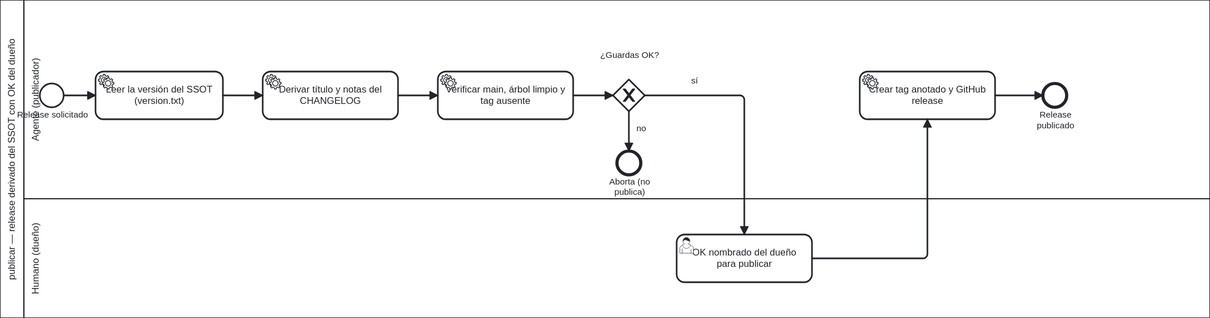
Before: docs/atlas/render/80-publicar-release-as-is.svg, a diagram exported from BPMN (ArmandoMedina/jidoka). Its source is kept beside it as docs/atlas/80-release/80-publicar-release-as-is.bpmn. Ids are renumbered.
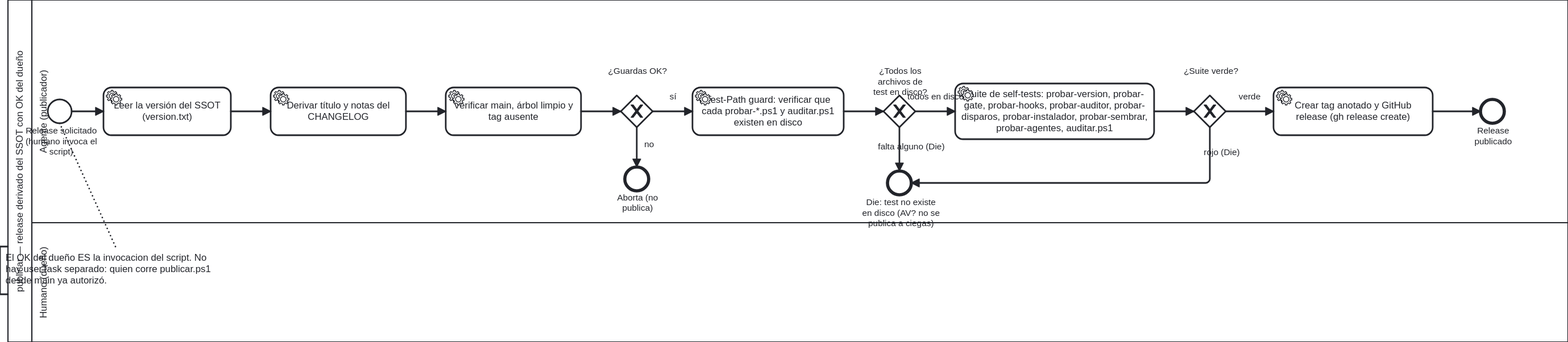
After the change.

Diff of the diagram source:
```diff
@@ -2,8 +2,8 @@
   <bpmn:collaboration id="Collab_Publicar">
     <bpmn:participant id="Pool_Publicar" name="publicar — release derivado del SSOT con OK del dueño" processRef="Process_PublicarRelease"/>
   </bpmn:collaboration>
-  <bpmn:process id="Process_PublicarRelease" name="publicar el release: derivar del SSOT, guardas y OK del dueño" isExecutable="false">
-    <bpmn:documentation>Fuente: tools/publicar.ps1. Carriles: el Agente deriva y corta el release; el push a GitHub espera el OK nombrado del Humano.</bpmn:documentation>
+  <bpmn:process id="Process_PublicarRelease" name="publicar el release: derivar del SSOT, suite de tests, guardas y OK del dueño" isExecutable="false">
+    <bpmn:documentation>Fuente: tools/publicar.ps1. Secciones: 1-leer version SSOT, 2-derivar notas, 3-guardas, 4-suite de self-tests (probar-* + auditar.ps1 con Test-Path guard), 5-crear release. El OK del humano es la invocacion del script, no un paso separado en la secuencia.</bpmn:documentation>
     <bpmn:laneSet id="LaneSet_Publicar">
       <bpmn:lane id="Lane_Agente" name="Agente (publicador)">
         <bpmn:flowNodeRef>Start</bpmn:flowNodeRef>
@@ -11,15 +11,20 @@
         <bpmn:flowNodeRef>T_Notas</bpmn:flowNodeRef>
         <bpmn:flowNodeRef>T_Guardas</bpmn:flowNodeRef>
         <bpmn:flowNodeRef>Gw_Guardas</bpmn:flowNodeRef>
+        <bpmn:flowNodeRef>T_TestPath</bpmn:flowNodeRef>
+        <bpmn:flowNodeRef>Gw_TestPath</bpmn:flowNodeRef>
+        <bpmn:flowNodeRef>T_Suite</bpmn:flowNodeRef>
+        <bpmn:flowNodeRef>Gw_Suite</bpmn:flowNodeRef>
         <bpmn:flowNodeRef>T_Release</bpmn:flowNodeRef>
         <bpmn:flowNodeRef>End</bpmn:flowNodeRef>
         <bpmn:flowNodeRef>End_Abort</bpmn:flowNodeRef>
+        <bpmn:flowNodeRef>End_Die</bpmn:flowNodeRef>
       </bpmn:lane>
       <bpmn:lane id="Lane_Humano" name="Humano (dueño)">
-        <bpmn:flowNodeRef>U_Confirmar</bpmn:flowNodeRef>
+        <bpmn:flowNodeRef>Ann_OkHumano</bpmn:flowNodeRef>
       </bpmn:lane>
     </bpmn:laneSet>
-    <bpmn:startEvent id="Start" name="Release solicitado">
+    <bpmn:startEvent id="Start" name="Release solicitado (humano invoca el script)">
       <bpmn:outgoing>f1</bpmn:outgoing>
     </bpmn:startEvent>
     <bpmn:serviceTask id="T_LeerVersion" name="Leer la versión del SSOT (version.txt)">
@@ -42,101 +47,171 @@
     <bpmn:endEvent id="End_Abort" name="Aborta (no publica)">
       <bpmn:incoming>f_no</bpmn:incoming>
     </bpmn:endEvent>
-    <bpmn:userTask id="U_Confirmar" name="OK nombrado del dueño para publicar">
+    <bpmn:serviceTask id="T_TestPath" name="Test-Path guard: verificar que cada probar-*.ps1 y auditar.ps1 existen en disco">
+      <bpmn:documentation>Guarda ADR 0032 / issue #78: si el archivo del test no existe (AV quarantine, falta) Die inmediato. El juez que no midio no aprueba. LASTEXITCODE se resetea a 0 antes de cada test.</bpmn:documentation>
       <bpmn:incoming>f_si</bpmn:incoming>
-      <bpmn:outgoing>f_conf_rel</bpmn:outgoing>
-    </bpmn:userTask>
-    <bpmn:serviceTask id="T_Release" name="Crear tag anotado y GitHub release">
-      <bpmn:incoming>f_conf_rel</bpmn:incoming>
+      <bpmn:outgoing>f5</bpmn:outgoing>
+    </bpmn:serviceTask>
+    <bpmn:exclusiveGateway id="Gw_TestPath" name="¿Todos los archivos de test en disco?">
+      <bpmn:incoming>f5</bpmn:incoming>
+      <bpmn:outgoing>f_tp_no</bpmn:outgoing>
+      <bpmn:outgoing>f_tp_si</bpmn:outgoing>
+    </bpmn:exclusiveGateway>
+    <bpmn:endEvent id="End_Die" name="Die: test no existe en disco (AV? no se publica a ciegas)">
+      <bpmn:incoming>f_tp_no</bpmn:incoming>
+      <bpmn:incoming>f_suite_no</bpmn:incoming>
+    </bpmn:endEvent>
+    <bpmn:serviceTask id="T_Suite" name="Suite de self-tests: probar-version, probar-gate, probar-hooks, probar-auditor, probar-disparos, probar-instalador, probar-sembrar, probar-agentes, auditar.ps1">
+      <bpmn:documentation>Seccion 4 de publicar.ps1. Cada test corre con ErrorActionPreference=Continue; LASTEXITCODE != 0 llama Die. Todos deben estar en disco (verificado por T_TestPath).</bpmn:documentation>
+      <bpmn:incoming>f_tp_si</bpmn:incoming>
+      <bpmn:outgoing>f6</bpmn:outgoing>
+    </bpmn:serviceTask>
+    <bpmn:exclusiveGateway id="Gw_Suite" name="¿Suite verde?">
+      <bpmn:incoming>f6</bpmn:incoming>
+      <bpmn:outgoing>f_suite_no</bpmn:outgoing>
+      <bpmn:outgoing>f_suite_si</bpmn:outgoing>
+    </bpmn:exclusiveGateway>
+    <bpmn:serviceTask id="T_Release" name="Crear tag anotado y GitHub release (gh release create)">
+      <bpmn:incoming>f_suite_si</bpmn:incoming>
       <bpmn:outgoing>f_rel_end</bpmn:outgoing>
     </bpmn:serviceTask>
     <bpmn:endEvent id="End" name="Release publicado">
       <bpmn:incoming>f_rel_end</bpmn:incoming>
     </bpmn:endEvent>
+    <bpmn:textAnnotation id="Ann_OkHumano">
+      <bpmn:text>El OK del dueño ES la invocacion del script. No hay userTask separado: quien corre publicar.ps1 desde main ya autorizó.</bpmn:text>
+    </bpmn:textAnnotation>
+    <bpmn:association id="Assoc_OkHumano" sourceRef="Ann_OkHumano" targetRef="Start"/>
     <bpmn:sequenceFlow id="f1" sourceRef="Start" targetRef="T_LeerVersion"/>
     <bpmn:sequenceFlow id="f2" sourceRef="T_LeerVersion" targetRef="T_Notas"/>
     <bpmn:sequenceFlow id="f3" sourceRef="T_Notas" targetRef="T_Guardas"/>
     <bpmn:sequenceFlow id="f4" sourceRef="T_Guardas" targetRef="Gw_Guardas"/>
     <bpmn:sequenceFlow id="f_no" name="no" sourceRef="Gw_Guardas" targetRef="End_Abort"/>
-    <bpmn:sequenceFlow id="f_si" name="sí" sourceRef="Gw_Guardas" targetRef="U_Confirmar"/>
-    <bpmn:sequenceFlow id="f_conf_rel" sourceRef="U_Confirmar" targetRef="T_Release"/>
+    <bpmn:sequenceFlow id="f_si" name="sí" sourceRef="Gw_Guardas" targetRef="T_TestPath"/>
+    <bpmn:sequenceFlow id="f5" sourceRef="T_TestPath" targetRef="Gw_TestPath"/>
+    <bpmn:sequenceFlow id="f_tp_no" name="falta alguno (Die)" sourceRef="Gw_TestPath" targetRef="End_Die"/>
+    <bpmn:sequenceFlow id="f_tp_si" name="todos en disco" sourceRef="Gw_TestPath" targetRef="T_Suite"/>
+    <bpmn:sequenceFlow id="f6" sourceRef="T_Suite" targetRef="Gw_Suite"/>
+    <bpmn:sequenceFlow id="f_suite_no" name="rojo (Die)" sourceRef="Gw_Suite" targetRef="End_Die"/>
+    <bpmn:sequenceFlow id="f_suite_si" name="verde" sourceRef="Gw_Suite" targetRef="T_Release"/>
     <bpmn:sequenceFlow id="f_rel_end" sourceRef="T_Release" targetRef="End"/>
   </bpmn:process>
   <bpmndi:BPMNDiagram id="Diagram_80_Publicar">
     <bpmndi:BPMNPlane id="Plane_80_Publicar" bpmnElement="Collab_Publicar">
       <bpmndi:BPMNShape id="S_Pool" bpmnElement="Pool_Publicar" isHorizontal="true">
-        <dc:Bounds x="160" y="80" width="1520" height="400"/>
+        <dc:Bounds x="160" y="80" width="1960" height="430"/>
       </bpmndi:BPMNShape>
       <bpmndi:BPMNShape id="S_LaneA" bpmnElement="Lane_Agente" isHorizontal="true">
-        <dc:Bounds x="190" y="80" width="1490" height="250"/>
+        <dc:Bounds x="190" y="80" width="1930" height="280"/>
       </bpmndi:BPMNShape>
       <bpmndi:BPMNShape id="S_LaneH" bpmnElement="Lane_Humano" isHorizontal="true">
-        <dc:Bounds x="190" y="330" width="1490" height="150"/>
+        <dc:Bounds x="190" y="360" width="1930" height="150"/>
       </bpmndi:BPMNShape>
       <bpmndi:BPMNShape id="S_Start" bpmnElement="Start">
-        <dc:Bounds x="210" y="185" width="30" height="30"/>
-        <bpmndi:BPMNLabel><dc:Bounds x="194" y="218" width="64" height="27"/></bpmndi:BPMNLabel>
+        <dc:Bounds x="210" y="205" width="30" height="30"/>
+        <bpmndi:BPMNLabel><dc:Bounds x="185" y="238" width="84" height="40"/></bpmndi:BPMNLabel>
       </bpmndi:BPMNShape>
       <bpmndi:BPMNShape id="S_TLeerVersion" bpmnElement="T_LeerVersion">
-        <dc:Bounds x="280" y="170" width="160" height="60"/>
+        <dc:Bounds x="280" y="190" width="160" height="60"/>
       </bpmndi:BPMNShape>
       <bpmndi:BPMNShape id="S_TNotas" bpmnElement="T_Notas">
-        <dc:Bounds x="490" y="170" width="170" height="60"/>
+        <dc:Bounds x="490" y="190" width="170" height="60"/>
       </bpmndi:BPMNShape>
       <bpmndi:BPMNShape id="S_TGuardas" bpmnElement="T_Guardas">
-        <dc:Bounds x="710" y="170" width="170" height="60"/>
+        <dc:Bounds x="710" y="190" width="170" height="60"/>
       </bpmndi:BPMNShape>
       <bpmndi:BPMNShape id="S_GwGuardas" bpmnElement="Gw_Guardas" isMarkerVisible="true">
-        <dc:Bounds x="930" y="180" width="40" height="40"/>
-        <bpmndi:BPMNLabel><dc:Bounds x="918" y="143" width="66" height="27"/></bpmndi:BPMNLabel>
+        <dc:Bounds x="930" y="200" width="40" height="40"/>
+        <bpmndi:BPMNLabel><dc:Bounds x="918" y="163" width="66" height="27"/></bpmndi:BPMNLabel>
       </bpmndi:BPMNShape>
       <bpmndi:BPMNShape id="S_EndAbort" bpmnElement="End_Abort">
-        <dc:Bounds x="935" y="270" width="30" height="30"/>
-        <bpmndi:BPMNLabel><dc:Bounds x="910" y="302" width="82" height="27"/></bpmndi:BPMNLabel>
+        <dc:Bounds x="935" y="290" width="30" height="30"/>
+        <bpmndi:BPMNLabel><dc:Bounds x="910" y="322" width="82" height="27"/></bpmndi:BPMNLabel>
       </bpmndi:BPMNShape>
-      <bpmndi:BPMNShape id="S_UConfirmar" bpmnElement="U_Confirmar">
-        <dc:Bounds x="1010" y="375" width="170" height="60"/>
+      <bpmndi:BPMNShape id="S_TTestPath" bpmnElement="T_TestPath">
+        <dc:Bounds x="1020" y="190" width="190" height="60"/>
+      </bpmndi:BPMNShape>
+      <bpmndi:BPMNShape id="S_GwTestPath" bpmnElement="Gw_TestPath" isMarkerVisible="true">
+        <dc:Bounds x="1260" y="200" width="40" height="40"/>
+        <bpmndi:BPMNLabel><dc:Bounds x="1242" y="163" width="78" height="27"/></bpmndi:BPMNLabel>
+      </bpmndi:BPMNShape>
+      <bpmndi:BPMNShape id="S_EndDie" bpmnElement="End_Die">
+        <dc:Bounds x="1265" y="295" width="30" height="30"/>
+        <bpmndi:BPMNLabel><dc:Bounds x="1230" y="328" width="104" height="40"/></bpmndi:BPMNLabel>
+      </bpmndi:BPMNShape>
+      <bpmndi:BPMNShape id="S_TSuite" bpmnElement="T_Suite">
+        <dc:Bounds x="1350" y="185" width="250" height="70"/>
+      </bpmndi:BPMNShape>
+      <bpmndi:BPMNShape id="S_GwSuite" bpmnElement="Gw_Suite" isMarkerVisible="true">
+        <dc:Bounds x="1650" y="200" width="40" height="40"/>
+        <bpmndi:BPMNLabel><dc:Bounds x="1638" y="163" width="66" height="27"/></bpmndi:BPMNLabel>
       </bpmndi:BPMNShape>
       <bpmndi:BPMNShape id="S_TRelease" bpmnElement="T_Release">
-        <dc:Bounds x="1240" y="170" width="170" height="60"/>
+        <dc:Bounds x="1750" y="190" width="200" height="60"/>
       </bpmndi:BPMNShape>
       <bpmndi:BPMNShape id="S_End" bpmnElement="End">
-        <dc:Bounds x="1470" y="185" width="30" height="30"/>
-        <bpmndi:BPMNLabel><dc:Bounds x="1448" y="218" width="76" height="14"/></bpmndi:BPMNLabel>
+        <dc:Bounds x="2010" y="205" width="30" height="30"/>
+        <bpmndi:BPMNLabel><dc:Bounds x="1988" y="238" width="76" height="14"/></bpmndi:BPMNLabel>
+      </bpmndi:BPMNShape>
+      <bpmndi:BPMNShape id="S_AnnOkHumano" bpmnElement="Ann_OkHumano">
+        <dc:Bounds x="150" y="390" width="290" height="60"/>
       </bpmndi:BPMNShape>
       <bpmndi:BPMNEdge id="E_f1" bpmnElement="f1">
-        <di:waypoint x="240" y="200"/>
-        <di:waypoint x="280" y="200"/>
+        <di:waypoint x="240" y="220"/>
+        <di:waypoint x="280" y="220"/>
       </bpmndi:BPMNEdge>
       <bpmndi:BPMNEdge id="E_f2" bpmnElement="f2">
-        <di:waypoint x="440" y="200"/>
-        <di:waypoint x="490" y="200"/>
+        <di:waypoint x="440" y="220"/>
+        <di:waypoint x="490" y="220"/>
       </bpmndi:BPMNEdge>
       <bpmndi:BPMNEdge id="E_f3" bpmnElement="f3">
-        <di:waypoint x="660" y="200"/>
-        <di:waypoint x="710" y="200"/>
+        <di:waypoint x="660" y="220"/>
+        <di:waypoint x="710" y="220"/>
       </bpmndi:BPMNEdge>
       <bpmndi:BPMNEdge id="E_f4" bpmnElement="f4">
-        <di:waypoint x="880" y="200"/>
-        <di:waypoint x="930" y="200"/>
+        <di:waypoint x="880" y="220"/>
+        <di:waypoint x="930" y="220"/>
       </bpmndi:BPMNEdge>
       <bpmndi:BPMNEdge id="E_f_no" bpmnElement="f_no">
-        <di:waypoint x="950" y="220"/>
-        <di:waypoint x="950" y="270"/>
+        <di:waypoint x="950" y="240"/>
+        <di:waypoint x="950" y="290"/>
       </bpmndi:BPMNEdge>
       <bpmndi:BPMNEdge id="E_f_si" bpmnElement="f_si">
-        <di:waypoint x="970" y="200"/>
-        <di:waypoint x="1095" y="200"/>
-        <di:waypoint x="1095" y="375"/>
+        <di:waypoint x="970" y="220"/>
+        <di:waypoint x="1020" y="220"/>
       </bpmndi:BPMNEdge>
-      <bpmndi:BPMNEdge id="E_f_conf_rel" bpmnElement="f_conf_rel">
-        <di:waypoint x="1180" y="405"/>
-        <di:waypoint x="1325" y="405"/>
-        <di:waypoint x="1325" y="230"/>
+      <bpmndi:BPMNEdge id="E_f5" bpmnElement="f5">
+        <di:waypoint x="1210" y="220"/>
+        <di:waypoint x="1260" y="220"/>
+      </bpmndi:BPMNEdge>
+      <bpmndi:BPMNEdge id="E_f_tp_no" bpmnElement="f_tp_no">
+        <di:waypoint x="1280" y="240"/>
+        <di:waypoint x="1280" y="295"/>
+      </bpmndi:BPMNEdge>
+      <bpmndi:BPMNEdge id="E_f_tp_si" bpmnElement="f_tp_si">
+        <di:waypoint x="1300" y="220"/>
+        <di:waypoint x="1350" y="220"/>
+      </bpmndi:BPMNEdge>
+      <bpmndi:BPMNEdge id="E_f6" bpmnElement="f6">
+        <di:waypoint x="1600" y="220"/>
+        <di:waypoint x="1650" y="220"/>
+      </bpmndi:BPMNEdge>
+      <bpmndi:BPMNEdge id="E_f_suite_no" bpmnElement="f_suite_no">
+        <di:waypoint x="1670" y="240"/>
+        <di:waypoint x="1670" y="310"/>
+        <di:waypoint x="1295" y="310"/>
+      </bpmndi:BPMNEdge>
+      <bpmndi:BPMNEdge id="E_f_suite_si" bpmnElement="f_suite_si">
+        <di:waypoint x="1690" y="220"/>
+        <di:waypoint x="1750" y="220"/>
       </bpmndi:BPMNEdge>
       <bpmndi:BPMNEdge id="E_f_rel_end" bpmnElement="f_rel_end">
-        <di:waypoint x="1410" y="200"/>
-        <di:waypoint x="1470" y="200"/>
+        <di:waypoint x="1950" y="220"/>
+        <di:waypoint x="2010" y="220"/>
+      </bpmndi:BPMNEdge>
+      <bpmndi:BPMNEdge id="E_Assoc_OkHumano" bpmnElement="Assoc_OkHumano">
+        <di:waypoint x="295" y="390"/>
+        <di:waypoint x="225" y="235"/>
       </bpmndi:BPMNEdge>
     </bpmndi:BPMNPlane>
   </bpmndi:BPMNDiagram>
```
